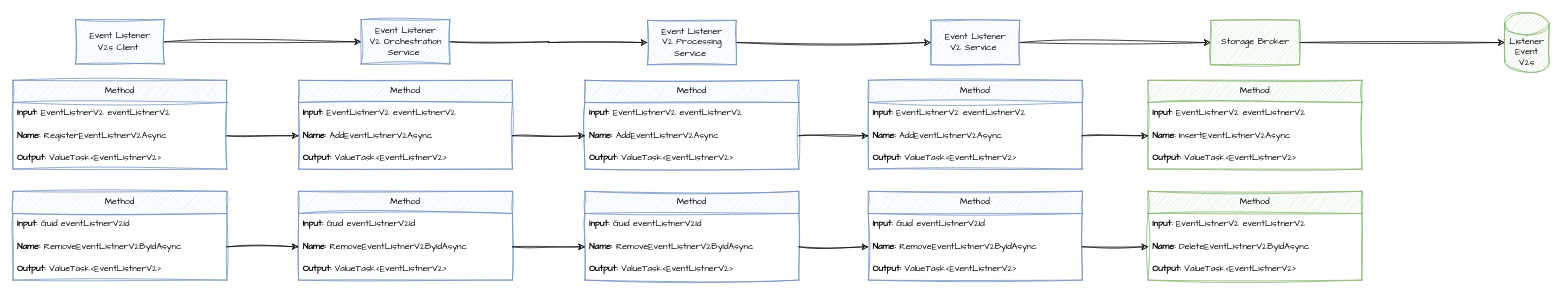
Before: page "REGISTER AND REMOVE EVENT LISTENER V2" (4 of 5) of EventHighway.Designs/EVENTS.drawio in hassanhabib/EventHighway, a draw.io diagram. Source tidied: cells renumbered, new cells numbered last; positions are measured from the earlier drawing's top-left corner, leaving out a move shared by most shapes. Both pictures are drawn from the tidied source at 74%, with x=0, y=0 at pixel (13, 13).
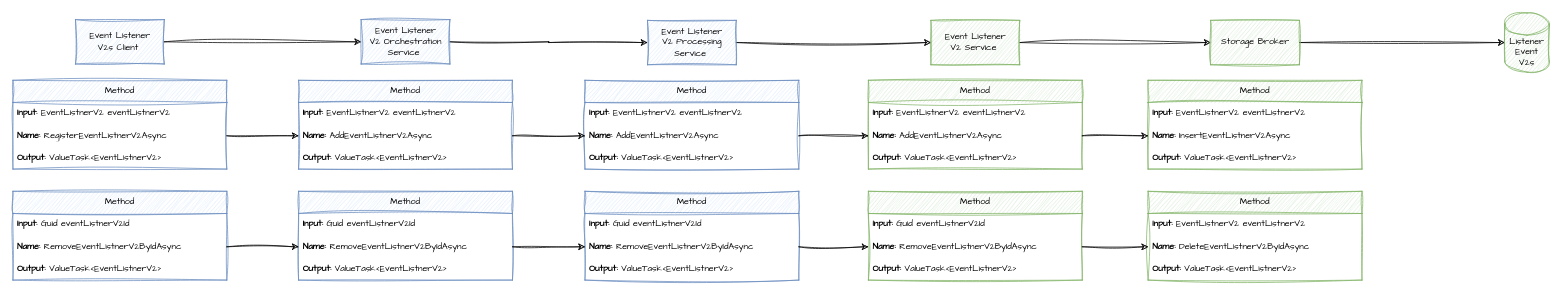
The same page after the edit.

Commit message:
STATUS: Register & Remove Event Listener V2 As Of 13-03-25

Diff of the diagram source:
```diff
@@
-    <mxCell id="35" value="Event Listener&lt;div&gt;V2 &lt;span style=&quot;background-color: transparent; color: light-dark(rgb(0, 0, 0), rgb(255, 255, 255));&quot;&gt;Service&amp;nbsp;&lt;/span&gt;&lt;/div&gt;" style="rounded=0;whiteSpace=wrap;html=1;sketch=1;hachureGap=4;jiggle=2;curveFitting=1;fontFamily=Architects Daughter;fillColor=#dae8fc;strokeColor=#6c8ebf;" parent="1" vertex="1">
+    <mxCell id="35" value="Event Listener&lt;div&gt;V2 &lt;span style=&quot;background-color: transparent; color: light-dark(rgb(0, 0, 0), rgb(255, 255, 255));&quot;&gt;Service&amp;nbsp;&lt;/span&gt;&lt;/div&gt;" style="rounded=0;whiteSpace=wrap;html=1;sketch=1;hachureGap=4;jiggle=2;curveFitting=1;fontFamily=Architects Daughter;fillColor=#d5e8d4;strokeColor=#82b366;" parent="1" vertex="1">
       <mxGeometry x="1240.5" y="10" width="120" height="60" as="geometry" />
     </mxCell>
-    <mxCell id="36" value="Method" style="swimlane;fontStyle=0;horizontal=1;startSize=30;whiteSpace=wrap;html=1;sketch=1;hachureGap=4;jiggle=2;curveFitting=1;fontFamily=Architects Daughter;fillColor=#dae8fc;strokeColor=#6c8ebf;" parent="1" vertex="1">
+    <mxCell id="36" value="Method" style="swimlane;fontStyle=0;horizontal=1;startSize=30;whiteSpace=wrap;html=1;sketch=1;hachureGap=4;jiggle=2;curveFitting=1;fontFamily=Architects Daughter;fillColor=#d5e8d4;strokeColor=#82b366;" parent="1" vertex="1">
       <mxGeometry x="1156" y="91" width="289" height="120" as="geometry" />
     </mxCell>
@@
-    <mxCell id="40" value="Method" style="swimlane;fontStyle=0;horizontal=1;startSize=30;whiteSpace=wrap;html=1;sketch=1;hachureGap=4;jiggle=2;curveFitting=1;fontFamily=Architects Daughter;fillColor=#dae8fc;strokeColor=#6c8ebf;" parent="1" vertex="1">
+    <mxCell id="40" value="Method" style="swimlane;fontStyle=0;horizontal=1;startSize=30;whiteSpace=wrap;html=1;sketch=1;hachureGap=4;jiggle=2;curveFitting=1;fontFamily=Architects Daughter;fillColor=#d5e8d4;strokeColor=#82b366;" parent="1" vertex="1">
       <mxGeometry x="1156" y="241" width="289" height="120" as="geometry" />
     </mxCell>
```
